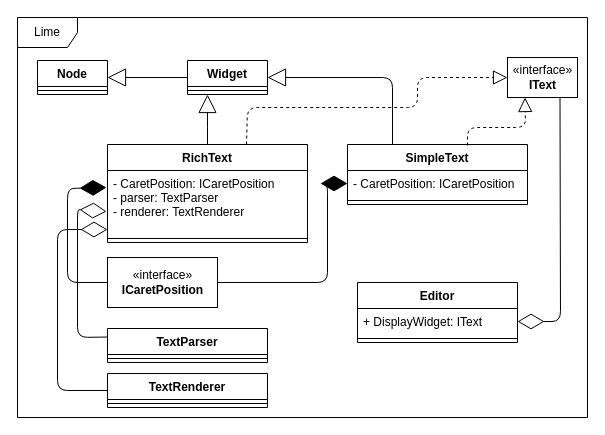
Above: diagrams/CitrusTextSystem.drawio in kutselabskii/diploma (draw.io), before the change. Source tidied: cells renumbered, new cells numbered last; positions are measured from the earlier drawing's top-left corner, leaving out a move shared by most shapes. Both pictures are drawn from the tidied source at 100%, with x=0, y=0 at pixel (17, 17).
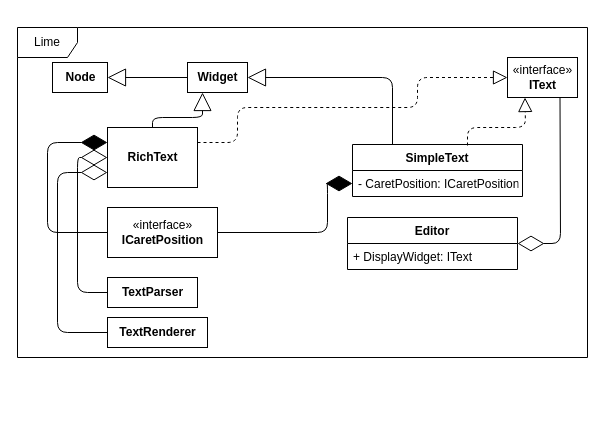
The same page after the edit.

Unchanged cells that the change refers to:
```xml
<mxCell id="3" value="«interface»&lt;br&gt;&lt;b&gt;IText&lt;/b&gt;" style="html=1;" parent="1" vertex="1">
  <mxGeometry x="490" y="40" width="70" height="40" as="geometry" />
</mxCell>
```

What changed in the source:
```diff
@@
     <mxCell id="2" value="Lime" style="shape=umlFrame;whiteSpace=wrap;html=1;" parent="1" vertex="1">
-      <mxGeometry width="570" height="400" as="geometry" />
+      <mxGeometry y="10" width="570" height="330" as="geometry" />
     </mxCell>
@@
-    <mxCell id="4" value="Widget&#10;" style="swimlane;fontStyle=1;align=center;verticalAlign=top;horizontal=1;startSize=26;" parent="1" vertex="1">
-      <mxGeometry x="170" y="43" width="80" height="34" as="geometry" />
-    </mxCell>
-    <mxCell id="5" style="line;strokeWidth=1;fillColor=none;align=left;verticalAlign=middle;spacingTop=-1;spacingLeft=3;spacingRight=3;labelPosition=right;" parent="4" vertex="1">
-      <mxGeometry y="26" width="80" height="8" as="geometry" />
-    </mxCell>
-    <mxCell id="6" value="Node" style="swimlane;fontStyle=1;align=center;verticalAlign=top;horizontal=1;startSize=26;" parent="1" vertex="1">
-      <mxGeometry x="20" y="43" width="70" height="34" as="geometry" />
-    </mxCell>
-    <mxCell id="7" style="line;strokeWidth=1;fillColor=none;align=left;verticalAlign=middle;spacingTop=-1;spacingLeft=3;spacingRight=3;labelPosition=right;" parent="6" vertex="1">
-      <mxGeometry y="26" width="70" height="8" as="geometry" />
-    </mxCell>
-    <mxCell id="8" value="RichText" style="swimlane;fontStyle=1;align=center;verticalAlign=top;horizontal=1;startSize=26;" parent="1" vertex="1">
-      <mxGeometry x="90" y="127" width="200" height="98" as="geometry" />
-    </mxCell>
-    <mxCell id="9" value="- CaretPosition: ICaretPosition&#10;- parser: TextParser&#10;- renderer: TextRenderer&#10;&#10;" style="text;strokeColor=none;fillColor=none;align=left;verticalAlign=top;spacingLeft=4;spacingRight=4;overflow=hidden;points=[[0,0.5],[1,0.5]];portConstraint=eastwest;" parent="8" vertex="1">
-      <mxGeometry y="26" width="200" height="64" as="geometry" />
-    </mxCell>
-    <mxCell id="10" style="line;strokeWidth=1;fillColor=none;align=left;verticalAlign=middle;spacingTop=-1;spacingLeft=3;spacingRight=3;labelPosition=right;" parent="8" vertex="1">
-      <mxGeometry y="90" width="200" height="8" as="geometry" />
-    </mxCell>
-    <mxCell id="11" value="SimpleText&#10;" style="swimlane;fontStyle=1;align=center;verticalAlign=top;horizontal=1;startSize=26;" parent="1" vertex="1">
-      <mxGeometry x="330" y="127" width="180" height="60" as="geometry" />
-    </mxCell>
-    <mxCell id="12" value="- CaretPosition: ICaretPosition" style="text;strokeColor=none;fillColor=none;align=left;verticalAlign=top;spacingLeft=4;spacingRight=4;overflow=hidden;points=[[0,0.5],[1,0.5]];portConstraint=eastwest;" parent="11" vertex="1">
-      <mxGeometry y="26" width="180" height="26" as="geometry" />
-    </mxCell>
-    <mxCell id="13" style="line;strokeWidth=1;fillColor=none;align=left;verticalAlign=middle;spacingTop=-1;spacingLeft=3;spacingRight=3;labelPosition=right;" parent="11" vertex="1">
-      <mxGeometry y="52" width="180" height="8" as="geometry" />
-    </mxCell>
     <mxCell id="14" value="&lt;div&gt;&lt;br&gt;&lt;/div&gt;&lt;div&gt;&lt;br&gt;&lt;/div&gt;" style="endArrow=block;endSize=16;endFill=0;html=1;exitX=0.5;exitY=0;exitDx=0;exitDy=0;entryX=0.25;entryY=1;entryDx=0;entryDy=0;" parent="1" edge="1" source="8" target="4">
       <mxGeometry relative="1" as="geometry">
         <Array as="points">
-          <mxPoint x="190" y="110" />
+          <mxPoint x="135" y="100" />
+          <mxPoint x="185" y="100" />
         </Array>
       </mxGeometry>
     </mxCell>
-    <mxCell id="15" value="&lt;div&gt;&lt;br&gt;&lt;/div&gt;&lt;div&gt;&lt;br&gt;&lt;/div&gt;" style="endArrow=block;endSize=16;endFill=0;html=1;entryX=1;entryY=0.5;entryDx=0;entryDy=0;exitX=0;exitY=0.5;exitDx=0;exitDy=0;" parent="1" edge="1" source="4" target="6">
-      <mxGeometry relative="1" as="geometry" />
+    <mxCell id="15" value="&lt;div&gt;&lt;br&gt;&lt;/div&gt;&lt;div&gt;&lt;br&gt;&lt;/div&gt;" style="endArrow=block;endSize=16;endFill=0;html=1;entryX=1;entryY=0.5;entryDx=0;entryDy=0;exitX=0;exitY=0.5;exitDx=0;exitDy=0;" parent="1" edge="1">
+      <mxGeometry relative="1" as="geometry">
+        <mxPoint x="170" y="60" as="sourcePoint" />
+        <mxPoint x="90" y="60" as="targetPoint" />
+      </mxGeometry>
     </mxCell>
-    <mxCell id="16" value="&lt;div&gt;&lt;br&gt;&lt;/div&gt;&lt;div&gt;&lt;br&gt;&lt;/div&gt;" style="endArrow=block;endSize=16;endFill=0;html=1;entryX=1;entryY=0.5;entryDx=0;entryDy=0;exitX=0.25;exitY=0;exitDx=0;exitDy=0;" parent="1" edge="1" source="11" target="4">
+    <mxCell id="16" value="&lt;div&gt;&lt;br&gt;&lt;/div&gt;&lt;div&gt;&lt;br&gt;&lt;/div&gt;" style="endArrow=block;endSize=16;endFill=0;html=1;entryX=1;entryY=0.5;entryDx=0;entryDy=0;exitX=0.25;exitY=0;exitDx=0;exitDy=0;" parent="1" edge="1" target="4">
       <mxGeometry relative="1" as="geometry">
+        <mxPoint x="375" y="127" as="sourcePoint" />
         <Array as="points">
           <mxPoint x="375" y="60" />
         </Array>
       </mxGeometry>
     </mxCell>
-    <mxCell id="17" style="endArrow=block;dashed=1;endFill=0;endSize=12;html=1;entryX=0;entryY=0.5;entryDx=0;entryDy=0;exitX=0.695;exitY=0;exitDx=0;exitDy=0;exitPerimeter=0;" parent="1" edge="1" source="8" target="3">
+    <mxCell id="17" style="endArrow=block;dashed=1;endFill=0;endSize=12;html=1;entryX=0;entryY=0.5;entryDx=0;entryDy=0;exitX=1;exitY=0.25;exitDx=0;exitDy=0;" parent="1" edge="1" source="8" target="3">
       <mxGeometry relative="1" as="geometry">
         <Array as="points">
-          <mxPoint x="230" y="90" />
+          <mxPoint x="220" y="125" />
+          <mxPoint x="220" y="90" />
           <mxPoint x="400" y="90" />
           <mxPoint x="400" y="60" />
         </Array>
       </mxGeometry>
     </mxCell>
@@
     <mxCell id="19" value="«interface»&lt;br&gt;&lt;div&gt;&lt;b&gt;ICaretPosition&lt;/b&gt;&lt;/div&gt;" style="html=1;" parent="1" vertex="1">
-      <mxGeometry x="90" y="240" width="110" height="50" as="geometry" />
+      <mxGeometry x="90" y="190" width="110" height="50" as="geometry" />
     </mxCell>
-    <mxCell id="20" style="endArrow=diamondThin;endFill=1;endSize=24;html=1;entryX=-0.005;entryY=0.266;entryDx=0;entryDy=0;exitX=0;exitY=0.5;exitDx=0;exitDy=0;entryPerimeter=0;" parent="1" edge="1" source="19" target="9">
+    <mxCell id="20" style="endArrow=diamondThin;endFill=1;endSize=24;html=1;entryX=0;entryY=0.25;entryDx=0;entryDy=0;exitX=0;exitY=0.5;exitDx=0;exitDy=0;" parent="1" edge="1" source="19" target="8">
       <mxGeometry relative="1" as="geometry">
         <Array as="points">
-          <mxPoint x="50" y="265" />
-          <mxPoint x="50" y="171" />
+          <mxPoint x="30" y="215" />
+          <mxPoint x="30" y="125" />
         </Array>
       </mxGeometry>
     </mxCell>
     <mxCell id="21" style="endArrow=diamondThin;endFill=1;endSize=24;html=1;entryX=0;entryY=0.5;entryDx=0;entryDy=0;exitX=1;exitY=0.5;exitDx=0;exitDy=0;" parent="1" edge="1" source="19" target="12">
       <mxGeometry relative="1" as="geometry">
         <Array as="points">
-          <mxPoint x="310" y="265" />
+          <mxPoint x="310" y="215" />
           <mxPoint x="310" y="166" />
         </Array>
       </mxGeometry>
     </mxCell>
-    <mxCell id="22" value="TextParser&#10;" style="swimlane;fontStyle=1;align=center;verticalAlign=top;horizontal=1;startSize=26;" parent="1" vertex="1">
-      <mxGeometry x="90" y="311" width="160" height="34" as="geometry" />
-    </mxCell>
-    <mxCell id="23" style="line;strokeWidth=1;fillColor=none;align=left;verticalAlign=middle;spacingTop=-1;spacingLeft=3;spacingRight=3;labelPosition=right;" parent="22" vertex="1">
-      <mxGeometry y="26" width="160" height="8" as="geometry" />
-    </mxCell>
-    <mxCell id="24" style="endArrow=diamondThin;endFill=0;endSize=24;html=1;exitX=0;exitY=0.25;exitDx=0;exitDy=0;" parent="1" edge="1" source="22">
+    <mxCell id="24" style="endArrow=diamondThin;endFill=0;endSize=24;html=1;exitX=0;exitY=0.5;exitDx=0;exitDy=0;entryX=0;entryY=0.5;entryDx=0;entryDy=0;" parent="1" edge="1" source="22" target="8">
       <mxGeometry relative="1" as="geometry">
-        <mxPoint x="89" y="194" as="targetPoint" />
         <Array as="points">
-          <mxPoint x="60" y="320" />
-          <mxPoint x="60" y="192" />
+          <mxPoint x="60" y="275" />
+          <mxPoint x="60" y="140" />
         </Array>
       </mxGeometry>
     </mxCell>
-    <mxCell id="25" value="TextRenderer" style="swimlane;fontStyle=1;align=center;verticalAlign=top;horizontal=1;startSize=26;" parent="1" vertex="1">
-      <mxGeometry x="90" y="356" width="160" height="34" as="geometry" />
-    </mxCell>
-    <mxCell id="26" style="line;strokeWidth=1;fillColor=none;align=left;verticalAlign=middle;spacingTop=-1;spacingLeft=3;spacingRight=3;labelPosition=right;" parent="25" vertex="1">
-      <mxGeometry y="26" width="160" height="8" as="geometry" />
-    </mxCell>
-    <mxCell id="27" style="endArrow=diamondThin;endFill=0;endSize=24;html=1;entryX=0;entryY=0.922;entryDx=0;entryDy=0;entryPerimeter=0;exitX=0;exitY=0.5;exitDx=0;exitDy=0;" parent="1" edge="1" source="25" target="9">
+    <mxCell id="27" style="endArrow=diamondThin;endFill=0;endSize=24;html=1;entryX=0;entryY=0.75;entryDx=0;entryDy=0;exitX=0;exitY=0.5;exitDx=0;exitDy=0;" parent="1" edge="1" source="25" target="8">
       <mxGeometry relative="1" as="geometry">
         <Array as="points">
-          <mxPoint x="40" y="373" />
-          <mxPoint x="40" y="212" />
+          <mxPoint x="40" y="315" />
+          <mxPoint x="40" y="155" />
         </Array>
       </mxGeometry>
     </mxCell>
+    <mxCell id="31" style="endArrow=diamondThin;endFill=0;endSize=24;html=1;exitX=0.75;exitY=1;exitDx=0;exitDy=0;entryX=1;entryY=0.5;entryDx=0;entryDy=0;" parent="1" edge="1" source="3" target="28">
+      <mxGeometry relative="1" as="geometry">
+        <Array as="points">
+          <mxPoint x="543" y="226" />
+        </Array>
+      </mxGeometry>
+    </mxCell>
+    <mxCell id="6" value="&lt;b&gt;Node&lt;/b&gt;" style="html=1;" parent="1" vertex="1">
+      <mxGeometry x="35" y="45" width="55" height="30" as="geometry" />
+    </mxCell>
+    <mxCell id="4" value="&lt;b&gt;Widget&lt;/b&gt;" style="html=1;" parent="1" vertex="1">
+      <mxGeometry x="170" y="45" width="60" height="30" as="geometry" />
+    </mxCell>
+    <mxCell id="11" value="SimpleText" style="swimlane;fontStyle=1;horizontal=1;startSize=26;fillColor=none;" parent="1" vertex="1">
+      <mxGeometry x="335" y="127" width="170" height="52" as="geometry" />
+    </mxCell>
+    <mxCell id="12" value="- CaretPosition: ICaretPosition" style="text;strokeColor=none;fillColor=none;align=left;verticalAlign=top;spacingLeft=4;spacingRight=4;overflow=hidden;points=[[0,0.5],[1,0.5]];portConstraint=eastwest;" parent="11" vertex="1">
+      <mxGeometry y="26" width="170" height="26" as="geometry" />
+    </mxCell>
-    <mxCell id="28" value="Editor" style="swimlane;fontStyle=1;align=center;verticalAlign=top;horizontal=1;startSize=26;" parent="1" vertex="1">
-      <mxGeometry x="340" y="265" width="160" height="60" as="geometry" />
+    <mxCell id="28" value="Editor" style="swimlane;fontStyle=1;horizontal=1;startSize=26;fillColor=none;" parent="1" vertex="1">
+      <mxGeometry x="330" y="200" width="170" height="52" as="geometry" />
     </mxCell>
     <mxCell id="29" value="+ DisplayWidget: IText" style="text;strokeColor=none;fillColor=none;align=left;verticalAlign=top;spacingLeft=4;spacingRight=4;overflow=hidden;points=[[0,0.5],[1,0.5]];portConstraint=eastwest;" parent="28" vertex="1">
-      <mxGeometry y="26" width="160" height="26" as="geometry" />
+      <mxGeometry y="26" width="170" height="26" as="geometry" />
     </mxCell>
-    <mxCell id="30" style="line;strokeWidth=1;fillColor=none;align=left;verticalAlign=middle;spacingTop=-1;spacingLeft=3;spacingRight=3;labelPosition=right;" parent="28" vertex="1">
-      <mxGeometry y="52" width="160" height="8" as="geometry" />
-    </mxCell>
-    <mxCell id="31" style="endArrow=diamondThin;endFill=0;endSize=24;html=1;exitX=0.75;exitY=1;exitDx=0;exitDy=0;entryX=1;entryY=0.5;entryDx=0;entryDy=0;" parent="1" edge="1" source="3" target="29">
-      <mxGeometry relative="1" as="geometry">
-        <Array as="points">
-          <mxPoint x="543" y="304" />
-        </Array>
-      </mxGeometry>
-    </mxCell>
+    <mxCell id="22" value="&lt;b&gt;TextParser&lt;/b&gt;" style="html=1;" parent="1" vertex="1">
+      <mxGeometry x="90" y="260" width="90" height="30" as="geometry" />
+    </mxCell>
+    <mxCell id="25" value="&lt;b&gt;TextRenderer&lt;/b&gt;" style="html=1;" parent="1" vertex="1">
+      <mxGeometry x="90" y="300" width="100" height="30" as="geometry" />
+    </mxCell>
+    <mxCell id="8" value="&lt;b&gt;RichText&lt;/b&gt;" style="html=1;" parent="1" vertex="1">
+      <mxGeometry x="90" y="110" width="90" height="60" as="geometry" />
+    </mxCell>
```
